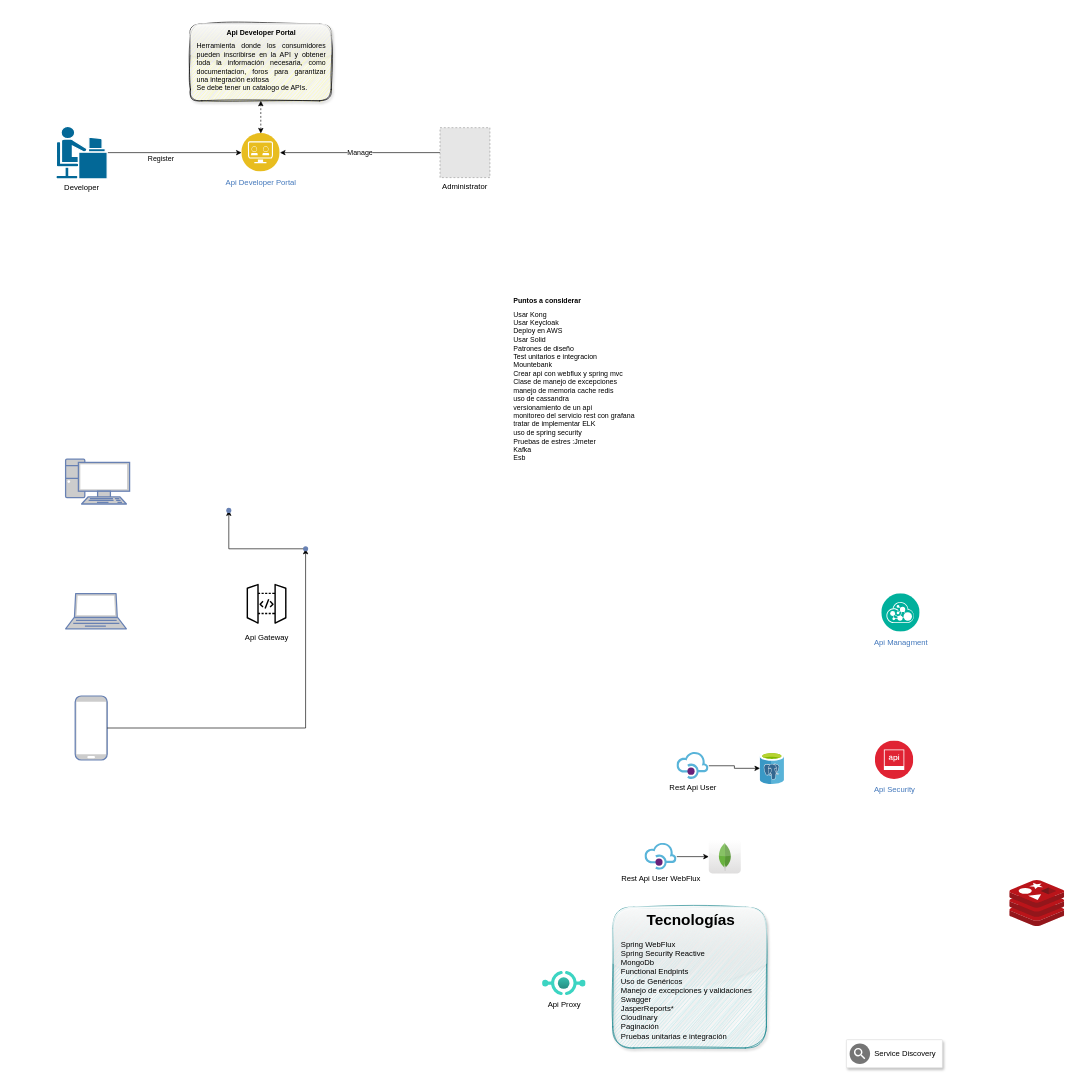
Above: ApiArchitectureAll.drawio in alonsozy/diagram_architecture (draw.io), before the change. Source tidied: cells renumbered, new cells numbered last; positions are measured from the earlier drawing's top-left corner, leaving out a move shared by most shapes. Both pictures are drawn from the tidied source at 64%, with x=0, y=0 at pixel (56, 24). Pictures stored in the file or linked from it are replaced by grey dashed boxes.
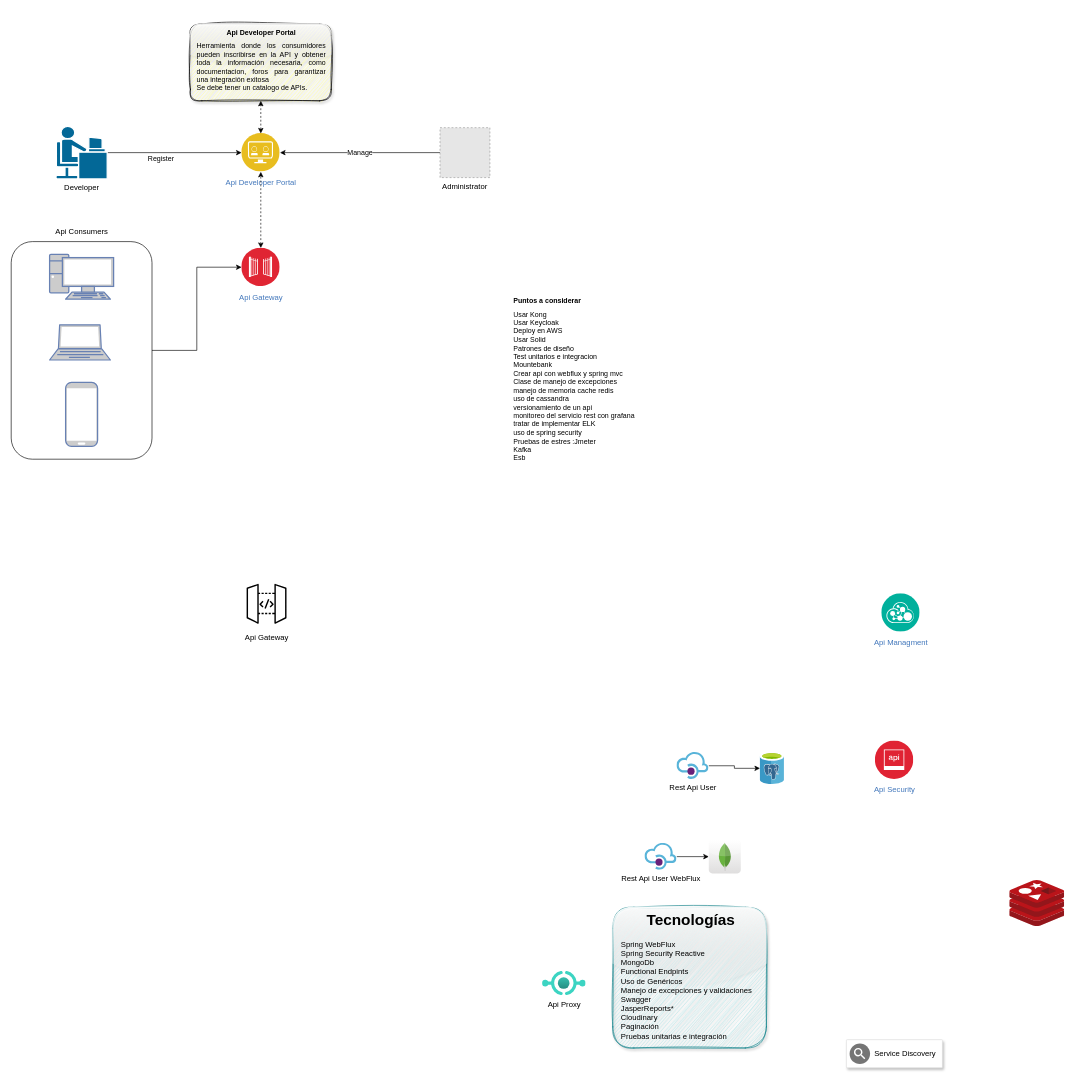
Above is the later version.

Unchanged cells that the change refers to:
```xml
<mxCell id="4" value="Api Developer Portal" style="image;perimeter=ellipsePerimeter;html=1;align=center;shadow=0;dashed=0;fontColor=#4277BB;labelBackgroundColor=default;fontSize=12;spacingTop=3;image=img/lib/ibm/applications/api_developer_portal.svg;" parent="1" vertex="1">
  <mxGeometry x="290" y="171" width="60" height="60" as="geometry" />
</mxCell>
```

What changed in the source:
```diff
@@
+    <mxCell id="32" style="edgeStyle=orthogonalEdgeStyle;rounded=0;jettySize=auto;html=1;entryX=0;entryY=0.5;entryDx=0;entryDy=0;" parent="1" edge="1" source="33" target="34">
+      <mxGeometry relative="1" as="geometry" />
+    </mxCell>
+    <mxCell id="33" style="rounded=1;whiteSpace=wrap;html=1;fillColor=none;" parent="1" vertex="1">
+      <mxGeometry x="-70" y="340" width="220" height="340" as="geometry" />
+    </mxCell>
@@
     <mxCell id="19" style="fontColor=#0066CC;verticalAlign=top;verticalLabelPosition=bottom;labelPosition=center;align=center;html=1;fillColor=#CCCCCC;strokeColor=#6881B3;gradientColor=none;gradientDirection=north;strokeWidth=2;shape=mxgraph.networks.pc;" parent="1" vertex="1">
-      <mxGeometry x="15" y="680" width="100" height="70" as="geometry" />
+      <mxGeometry x="-10" y="360" width="100" height="70" as="geometry" />
     </mxCell>
     <mxCell id="20" style="fontColor=#0066CC;verticalAlign=top;verticalLabelPosition=bottom;labelPosition=center;align=center;html=1;fillColor=#CCCCCC;strokeColor=#6881B3;gradientColor=none;gradientDirection=north;strokeWidth=2;shape=mxgraph.networks.laptop;" parent="1" vertex="1">
-      <mxGeometry x="15" y="890" width="95" height="55" as="geometry" />
+      <mxGeometry x="-10" y="470" width="95" height="55" as="geometry" />
     </mxCell>
-    <mxCell id="21" style="edgeStyle=orthogonalEdgeStyle;rounded=0;jettySize=auto;html=1;" parent="1" edge="1" source="25" target="23">
-      <mxGeometry relative="1" as="geometry" />
-    </mxCell>
     <mxCell id="22" style="fontColor=#0066CC;verticalAlign=top;verticalLabelPosition=bottom;labelPosition=center;align=center;html=1;outlineConnect=0;fillColor=#CCCCCC;strokeColor=#6881B3;gradientColor=none;gradientDirection=north;strokeWidth=2;shape=mxgraph.networks.mobile;" parent="1" vertex="1">
-      <mxGeometry x="30" y="1050" width="50" height="100" as="geometry" />
+      <mxGeometry x="15" y="560" width="50" height="100" as="geometry" />
     </mxCell>
-    <mxCell id="23" style="shape=waypoint;sketch=0;size=6;points=[];fillColor=#CCCCCC;perimeter=centerPerimeter;snapToPoint=1;verticalAlign=top;strokeColor=#6881B3;fontColor=#0066CC;gradientColor=none;gradientDirection=north;strokeWidth=2;" parent="1" vertex="1">
-      <mxGeometry x="260" y="750" width="20" height="20" as="geometry" />
-    </mxCell>
-    <mxCell id="24" style="edgeStyle=orthogonalEdgeStyle;rounded=0;jettySize=auto;html=1;" parent="1" edge="1" source="22" target="25">
-      <mxGeometry relative="1" as="geometry" />
-    </mxCell>
-    <mxCell id="25" style="shape=waypoint;sketch=0;size=6;points=[];fillColor=#CCCCCC;perimeter=centerPerimeter;snapToPoint=1;verticalAlign=top;strokeColor=#6881B3;fontColor=#0066CC;gradientColor=none;gradientDirection=north;strokeWidth=2;" parent="1" vertex="1">
-      <mxGeometry x="380" y="810" width="20" height="20" as="geometry" />
-    </mxCell>
@@
+    <mxCell id="34" value="Api Gateway" style="image;perimeter=ellipsePerimeter;html=1;align=center;shadow=0;dashed=0;fontColor=#4277BB;labelBackgroundColor=default;fontSize=12;spacingTop=3;image=img/lib/ibm/security/gateway.svg;" parent="1" vertex="1">
+      <mxGeometry x="290" y="350" width="60" height="60" as="geometry" />
+    </mxCell>
+    <mxCell id="35" style="html=1;labelBackgroundColor=#ffffff;startArrow=classic;startFill=1;startSize=6;endArrow=classic;endFill=1;endSize=6;jettySize=auto;strokeWidth=1;dashed=1;fontSize=14;rounded=0;entryX=0.5;entryY=1;entryDx=0;entryDy=0;exitX=0.5;exitY=0;exitDx=0;exitDy=0;" parent="1" edge="1" source="34" target="4">
+      <mxGeometry relative="1" as="geometry" />
+    </mxCell>
+    <mxCell id="36" value="Api Consumers" style="text;html=1;align=center;verticalAlign=middle;strokeColor=none;fillColor=none;" parent="1" vertex="1">
+      <mxGeometry x="-15" y="310" width="110" height="30" as="geometry" />
+    </mxCell>
```
